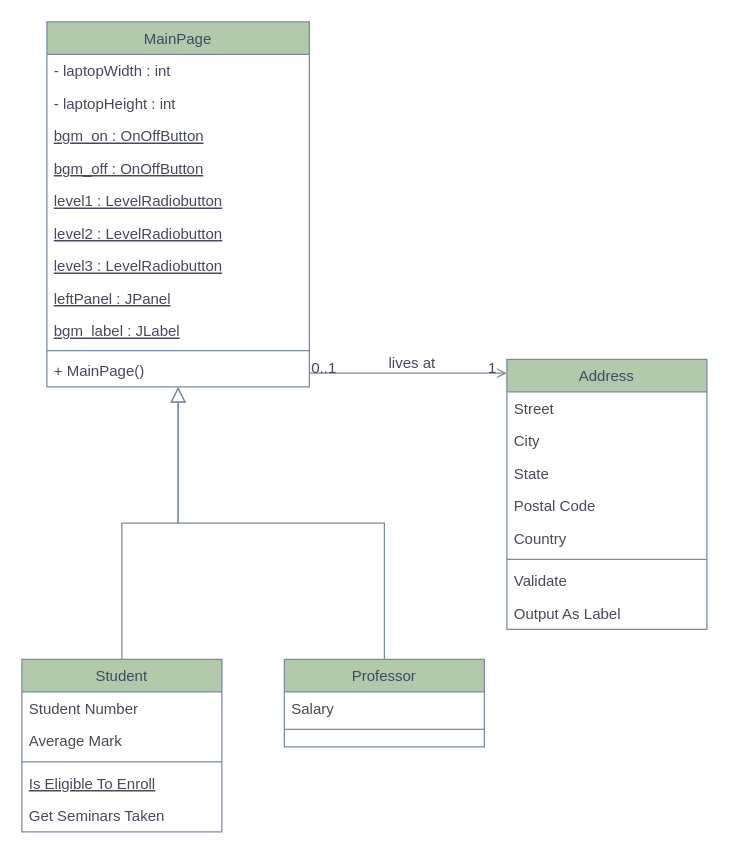
Before: 제목 없는 다이어그램.drawio in hojeong26/sw_system, a draw.io diagram. Source tidied: cells renumbered, new cells numbered last; positions are measured from the earlier drawing's top-left corner, leaving out a move shared by most shapes. Both pictures are drawn from the tidied source at 125%, with x=0, y=0 at pixel (21, 21).
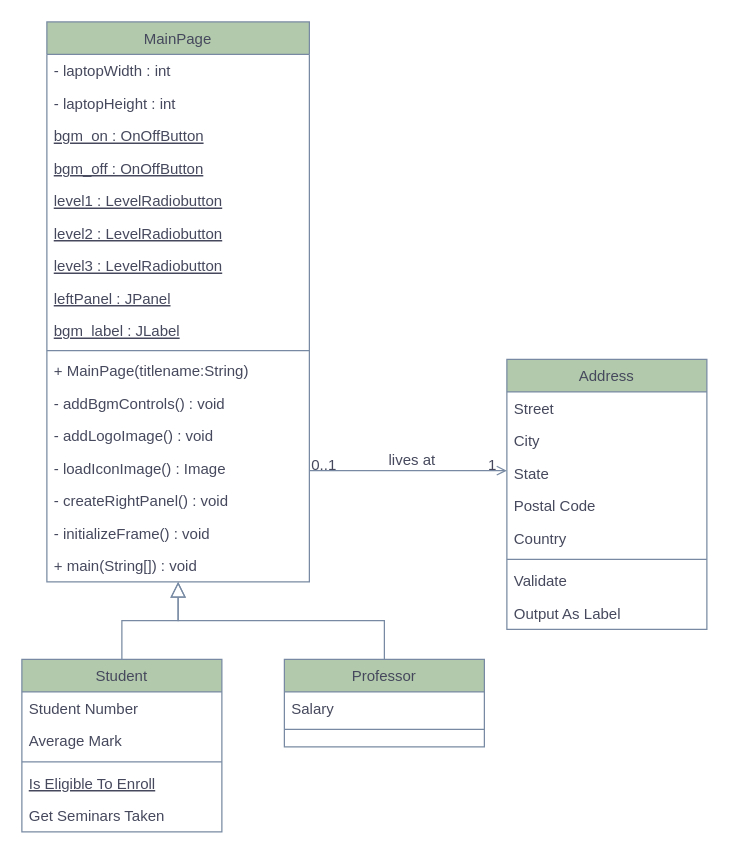
The same diagram, later.

Diff of the diagram source:
```diff
@@
     <mxCell id="2" value="MainPage" style="swimlane;fontStyle=0;align=center;verticalAlign=top;horizontal=1;startSize=26;rounded=0;shadow=0;strokeWidth=1;labelBackgroundColor=none;fillColor=#B2C9AB;strokeColor=#788AA3;fontColor=#46495D;" parent="1" vertex="1">
-      <mxGeometry x="20" width="210" height="292" as="geometry" />
+      <mxGeometry x="20" width="210" height="448" as="geometry" />
     </mxCell>
@@
+    <mxCell id="38" value="+ MainPage(titlename:String) " style="text;align=left;verticalAlign=top;spacingLeft=4;spacingRight=4;overflow=hidden;labelBackgroundColor=none;fontColor=#46495D;fontStyle=0;" parent="2" vertex="1">
+      <mxGeometry y="266" width="210" height="26" as="geometry" />
+    </mxCell>
-    <mxCell id="13" value="+ MainPage()" style="text;align=left;verticalAlign=top;spacingLeft=4;spacingRight=4;overflow=hidden;labelBackgroundColor=none;fontColor=#46495D;fontStyle=0;" parent="2" vertex="1">
-      <mxGeometry y="266" width="210" height="26" as="geometry" />
+    <mxCell id="13" value="- addBgmControls() : void " style="text;align=left;verticalAlign=top;spacingLeft=4;spacingRight=4;overflow=hidden;labelBackgroundColor=none;fontColor=#46495D;fontStyle=0;" parent="2" vertex="1">
+      <mxGeometry y="292" width="210" height="26" as="geometry" />
     </mxCell>
+    <mxCell id="39" value="- addLogoImage() : void " style="text;align=left;verticalAlign=top;spacingLeft=4;spacingRight=4;overflow=hidden;labelBackgroundColor=none;fontColor=#46495D;fontStyle=0;" parent="2" vertex="1">
+      <mxGeometry y="318" width="210" height="26" as="geometry" />
+    </mxCell>
+    <mxCell id="40" value="- loadIconImage() : Image " style="text;align=left;verticalAlign=top;spacingLeft=4;spacingRight=4;overflow=hidden;labelBackgroundColor=none;fontColor=#46495D;fontStyle=0;" parent="2" vertex="1">
+      <mxGeometry y="344" width="210" height="26" as="geometry" />
+    </mxCell>
+    <mxCell id="41" value="- createRightPanel() : void " style="text;align=left;verticalAlign=top;spacingLeft=4;spacingRight=4;overflow=hidden;labelBackgroundColor=none;fontColor=#46495D;fontStyle=0;" parent="2" vertex="1">
+      <mxGeometry y="370" width="210" height="26" as="geometry" />
+    </mxCell>
+    <mxCell id="42" value="- initializeFrame() : void " style="text;align=left;verticalAlign=top;spacingLeft=4;spacingRight=4;overflow=hidden;labelBackgroundColor=none;fontColor=#46495D;fontStyle=0;" parent="2" vertex="1">
+      <mxGeometry y="396" width="210" height="26" as="geometry" />
+    </mxCell>
+    <mxCell id="43" value="+ main(String[]) : void " style="text;align=left;verticalAlign=top;spacingLeft=4;spacingRight=4;overflow=hidden;labelBackgroundColor=none;fontColor=#46495D;fontStyle=0;" parent="2" vertex="1">
+      <mxGeometry y="422" width="210" height="26" as="geometry" />
+    </mxCell>
```
